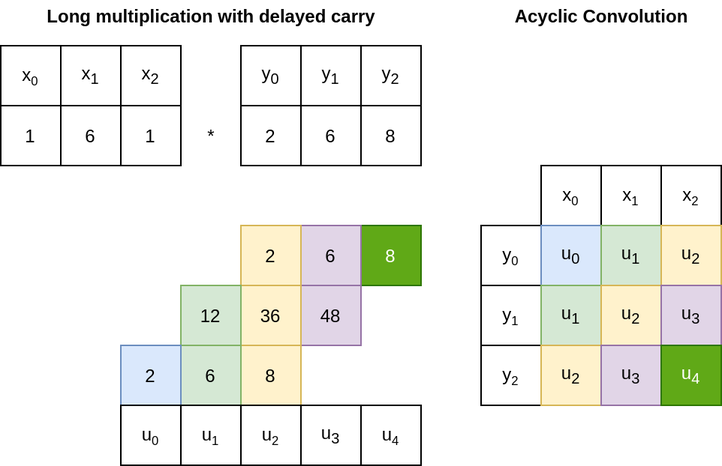
Above: resources/multiplication_convolution.drawio.png in Lavode/41862-seminar-advanced-algorithms (draw.io), before the change. Source tidied: cells renumbered, new cells last; positions are measured from the earlier drawing's top-left corner, leaving out a move shared by most shapes.
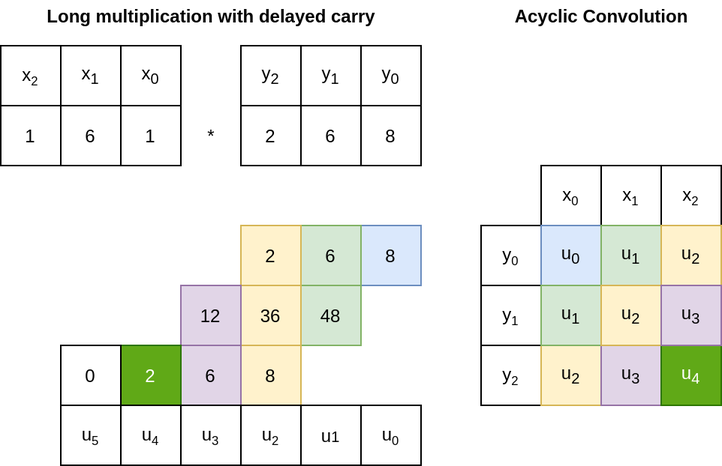
The same file after the commit.

Commit message:
Work on presentation: Introduce basic FFT multiplication, fix notation.

What changed in the source:
```diff
@@ -2,31 +2,31 @@
   <root>
     <mxCell id="0" />
     <mxCell id="1" parent="0" />
-    <mxCell id="2" value="8" style="rounded=0;whiteSpace=wrap;html=1;fillColor=#60a917;strokeColor=#2D7600;fontColor=#ffffff;" parent="1" vertex="1">
+    <mxCell id="2" value="8" style="rounded=0;whiteSpace=wrap;html=1;fillColor=#dae8fc;strokeColor=#6c8ebf;" parent="1" vertex="1">
       <mxGeometry x="240" y="150" width="40" height="40" as="geometry" />
     </mxCell>
-    <mxCell id="3" value="6" style="rounded=0;whiteSpace=wrap;html=1;fillColor=#e1d5e7;strokeColor=#9673a6;" parent="1" vertex="1">
+    <mxCell id="3" value="6" style="rounded=0;whiteSpace=wrap;html=1;fillColor=#d5e8d4;strokeColor=#82b366;" parent="1" vertex="1">
       <mxGeometry x="200" y="150" width="40" height="40" as="geometry" />
     </mxCell>
     <mxCell id="4" value="2" style="rounded=0;whiteSpace=wrap;html=1;fillColor=#fff2cc;strokeColor=#d6b656;" parent="1" vertex="1">
       <mxGeometry x="160" y="150" width="40" height="40" as="geometry" />
     </mxCell>
-    <mxCell id="5" value="48" style="rounded=0;whiteSpace=wrap;html=1;fillColor=#e1d5e7;strokeColor=#9673a6;" parent="1" vertex="1">
+    <mxCell id="5" value="48" style="rounded=0;whiteSpace=wrap;html=1;fillColor=#d5e8d4;strokeColor=#82b366;" parent="1" vertex="1">
       <mxGeometry x="200" y="190" width="40" height="40" as="geometry" />
     </mxCell>
     <mxCell id="6" value="36" style="rounded=0;whiteSpace=wrap;html=1;fillColor=#fff2cc;strokeColor=#d6b656;" parent="1" vertex="1">
       <mxGeometry x="160" y="190" width="40" height="40" as="geometry" />
     </mxCell>
-    <mxCell id="7" value="12" style="rounded=0;whiteSpace=wrap;html=1;fillColor=#d5e8d4;strokeColor=#82b366;" parent="1" vertex="1">
+    <mxCell id="7" value="12" style="rounded=0;whiteSpace=wrap;html=1;fillColor=#e1d5e7;strokeColor=#9673a6;" parent="1" vertex="1">
       <mxGeometry x="120" y="190" width="40" height="40" as="geometry" />
     </mxCell>
     <mxCell id="8" value="8" style="rounded=0;whiteSpace=wrap;html=1;fillColor=#fff2cc;strokeColor=#d6b656;" parent="1" vertex="1">
       <mxGeometry x="160" y="230" width="40" height="40" as="geometry" />
     </mxCell>
-    <mxCell id="9" value="6" style="rounded=0;whiteSpace=wrap;html=1;fillColor=#d5e8d4;strokeColor=#82b366;" parent="1" vertex="1">
+    <mxCell id="9" value="6" style="rounded=0;whiteSpace=wrap;html=1;fillColor=#e1d5e7;strokeColor=#9673a6;" parent="1" vertex="1">
       <mxGeometry x="120" y="230" width="40" height="40" as="geometry" />
     </mxCell>
-    <mxCell id="10" value="2" style="rounded=0;whiteSpace=wrap;html=1;fillColor=#dae8fc;strokeColor=#6c8ebf;" parent="1" vertex="1">
+    <mxCell id="10" value="2" style="rounded=0;whiteSpace=wrap;html=1;fillColor=#60a917;strokeColor=#2D7600;fontColor=#ffffff;" parent="1" vertex="1">
       <mxGeometry x="80" y="230" width="40" height="40" as="geometry" />
     </mxCell>
     <mxCell id="11" value="x&lt;span style=&quot;font-size: 10px&quot;&gt;&lt;sub&gt;0&lt;/sub&gt;&lt;/span&gt;" style="rounded=0;whiteSpace=wrap;html=1;" parent="1" vertex="1">
@@ -47,28 +47,28 @@
     <mxCell id="16" value="&lt;span&gt;y&lt;/span&gt;&lt;span style=&quot;font-size: 10px&quot;&gt;&lt;sub&gt;2&lt;/sub&gt;&lt;/span&gt;" style="rounded=0;whiteSpace=wrap;html=1;" parent="1" vertex="1">
       <mxGeometry x="320" y="230" width="40" height="40" as="geometry" />
     </mxCell>
-    <mxCell id="17" value="&lt;span style=&quot;font-size: 12px&quot;&gt;u&lt;/span&gt;&lt;sub&gt;0&lt;/sub&gt;" style="rounded=0;whiteSpace=wrap;html=1;fillColor=#dae8fc;strokeColor=#6c8ebf;" parent="1" vertex="1">
+    <mxCell id="17" value="&lt;span style=&quot;font-size: 12px&quot;&gt;u&lt;/span&gt;&lt;sub&gt;0&lt;/sub&gt;" style="rounded=0;whiteSpace=wrap;html=1;" parent="1" vertex="1">
       <mxGeometry x="360" y="150" width="40" height="40" as="geometry" />
     </mxCell>
     <mxCell id="18" value="&lt;b&gt;Acyclic Convolution&lt;/b&gt;" style="text;html=1;align=center;verticalAlign=middle;strokeColor=none;fillColor=none;" parent="1" vertex="1">
       <mxGeometry x="335" width="130" height="20" as="geometry" />
     </mxCell>
-    <mxCell id="19" value="&lt;span style=&quot;font-size: 12px&quot;&gt;u&lt;/span&gt;&lt;sub&gt;1&lt;/sub&gt;" style="rounded=0;whiteSpace=wrap;html=1;fillColor=#d5e8d4;strokeColor=#82b366;" parent="1" vertex="1">
+    <mxCell id="19" value="&lt;span style=&quot;font-size: 12px&quot;&gt;u&lt;/span&gt;&lt;sub&gt;1&lt;/sub&gt;" style="rounded=0;whiteSpace=wrap;html=1;" parent="1" vertex="1">
       <mxGeometry x="400" y="150" width="40" height="40" as="geometry" />
     </mxCell>
-    <mxCell id="20" value="&lt;span style=&quot;font-size: 12px&quot;&gt;u&lt;/span&gt;&lt;sub&gt;1&lt;/sub&gt;" style="rounded=0;whiteSpace=wrap;html=1;fillColor=#d5e8d4;strokeColor=#82b366;" parent="1" vertex="1">
+    <mxCell id="20" value="&lt;span style=&quot;font-size: 12px&quot;&gt;u&lt;/span&gt;&lt;sub&gt;1&lt;/sub&gt;" style="rounded=0;whiteSpace=wrap;html=1;" parent="1" vertex="1">
       <mxGeometry x="360" y="190" width="40" height="40" as="geometry" />
     </mxCell>
-    <mxCell id="21" value="&lt;span style=&quot;font-size: 12px&quot;&gt;u&lt;/span&gt;&lt;sub&gt;2&lt;/sub&gt;" style="rounded=0;whiteSpace=wrap;html=1;fillColor=#fff2cc;strokeColor=#d6b656;" parent="1" vertex="1">
+    <mxCell id="21" value="&lt;span style=&quot;font-size: 12px&quot;&gt;u&lt;/span&gt;&lt;sub&gt;2&lt;/sub&gt;" style="rounded=0;whiteSpace=wrap;html=1;" parent="1" vertex="1">
       <mxGeometry x="440" y="150" width="40" height="40" as="geometry" />
     </mxCell>
-    <mxCell id="22" value="&lt;span style=&quot;font-size: 12px&quot;&gt;u&lt;/span&gt;&lt;sub&gt;2&lt;/sub&gt;" style="rounded=0;whiteSpace=wrap;html=1;fillColor=#fff2cc;strokeColor=#d6b656;" parent="1" vertex="1">
+    <mxCell id="22" value="&lt;span style=&quot;font-size: 12px&quot;&gt;u&lt;/span&gt;&lt;sub&gt;2&lt;/sub&gt;" style="rounded=0;whiteSpace=wrap;html=1;" parent="1" vertex="1">
       <mxGeometry x="400" y="190" width="40" height="40" as="geometry" />
     </mxCell>
     <mxCell id="23" value="&lt;span style=&quot;font-size: 12px&quot;&gt;u&lt;/span&gt;&lt;sub&gt;2&lt;/sub&gt;" style="rounded=0;whiteSpace=wrap;html=1;fillColor=#fff2cc;strokeColor=#d6b656;" parent="1" vertex="1">
       <mxGeometry x="360" y="230" width="40" height="40" as="geometry" />
     </mxCell>
-    <mxCell id="24" value="&lt;span style=&quot;font-size: 12px&quot;&gt;u&lt;/span&gt;&lt;sub&gt;3&lt;/sub&gt;" style="rounded=0;whiteSpace=wrap;html=1;fillColor=#e1d5e7;strokeColor=#9673a6;" parent="1" vertex="1">
+    <mxCell id="24" value="&lt;span style=&quot;font-size: 12px&quot;&gt;u&lt;/span&gt;&lt;sub&gt;3&lt;/sub&gt;" style="rounded=0;whiteSpace=wrap;html=1;" parent="1" vertex="1">
       <mxGeometry x="440" y="190" width="40" height="40" as="geometry" />
     </mxCell>
     <mxCell id="25" value="&lt;span style=&quot;font-size: 12px&quot;&gt;u&lt;/span&gt;&lt;sub&gt;3&lt;/sub&gt;" style="rounded=0;whiteSpace=wrap;html=1;fillColor=#e1d5e7;strokeColor=#9673a6;" parent="1" vertex="1">
@@ -101,38 +101,62 @@
     <mxCell id="34" value="*" style="text;html=1;align=center;verticalAlign=middle;strokeColor=none;fillColor=none;" parent="1" vertex="1">
       <mxGeometry x="130" y="80" width="20" height="20" as="geometry" />
     </mxCell>
-    <mxCell id="35" value="x&lt;span style=&quot;font-size: 10px&quot;&gt;&lt;sub&gt;0&lt;/sub&gt;&lt;/span&gt;" style="rounded=0;whiteSpace=wrap;html=1;" parent="1" vertex="1">
+    <mxCell id="35" value="x&lt;span style=&quot;font-size: 10px&quot;&gt;&lt;sub&gt;2&lt;/sub&gt;&lt;/span&gt;" style="rounded=0;whiteSpace=wrap;html=1;" parent="1" vertex="1">
       <mxGeometry y="30" width="40" height="40" as="geometry" />
     </mxCell>
     <mxCell id="36" value="x&lt;sub&gt;1&lt;/sub&gt;" style="rounded=0;whiteSpace=wrap;html=1;" parent="1" vertex="1">
       <mxGeometry x="40" y="30" width="40" height="40" as="geometry" />
     </mxCell>
-    <mxCell id="37" value="x&lt;sub&gt;2&lt;/sub&gt;" style="rounded=0;whiteSpace=wrap;html=1;" parent="1" vertex="1">
+    <mxCell id="37" value="x&lt;sub&gt;0&lt;/sub&gt;" style="rounded=0;whiteSpace=wrap;html=1;" parent="1" vertex="1">
       <mxGeometry x="80" y="30" width="40" height="40" as="geometry" />
     </mxCell>
-    <mxCell id="38" value="y&lt;sub&gt;0&lt;/sub&gt;" style="rounded=0;whiteSpace=wrap;html=1;" parent="1" vertex="1">
+    <mxCell id="38" value="y&lt;sub&gt;2&lt;/sub&gt;" style="rounded=0;whiteSpace=wrap;html=1;" parent="1" vertex="1">
       <mxGeometry x="160" y="30" width="40" height="40" as="geometry" />
     </mxCell>
     <mxCell id="39" value="y&lt;sub&gt;1&lt;/sub&gt;" style="rounded=0;whiteSpace=wrap;html=1;" parent="1" vertex="1">
       <mxGeometry x="200" y="30" width="40" height="40" as="geometry" />
     </mxCell>
-    <mxCell id="40" value="y&lt;sub&gt;2&lt;/sub&gt;" style="rounded=0;whiteSpace=wrap;html=1;" parent="1" vertex="1">
+    <mxCell id="40" value="y&lt;sub&gt;0&lt;/sub&gt;" style="rounded=0;whiteSpace=wrap;html=1;" parent="1" vertex="1">
       <mxGeometry x="240" y="30" width="40" height="40" as="geometry" />
     </mxCell>
-    <mxCell id="41" value="u&lt;span style=&quot;font-size: 10px&quot;&gt;&lt;sub&gt;0&lt;/sub&gt;&lt;/span&gt;" style="rounded=0;whiteSpace=wrap;html=1;" parent="1" vertex="1">
+    <mxCell id="41" value="u&lt;span style=&quot;font-size: 10px&quot;&gt;&lt;sub&gt;4&lt;/sub&gt;&lt;/span&gt;" style="rounded=0;whiteSpace=wrap;html=1;" parent="1" vertex="1">
       <mxGeometry x="80" y="270" width="40" height="40" as="geometry" />
     </mxCell>
-    <mxCell id="42" value="u&lt;span style=&quot;font-size: 10px&quot;&gt;&lt;sub&gt;1&lt;/sub&gt;&lt;/span&gt;" style="rounded=0;whiteSpace=wrap;html=1;" parent="1" vertex="1">
+    <mxCell id="42" value="u&lt;span style=&quot;font-size: 10px&quot;&gt;&lt;sub&gt;3&lt;/sub&gt;&lt;/span&gt;" style="rounded=0;whiteSpace=wrap;html=1;" parent="1" vertex="1">
       <mxGeometry x="120" y="270" width="40" height="40" as="geometry" />
     </mxCell>
     <mxCell id="43" value="u&lt;span style=&quot;font-size: 10px&quot;&gt;&lt;sub&gt;2&lt;/sub&gt;&lt;/span&gt;" style="rounded=0;whiteSpace=wrap;html=1;" parent="1" vertex="1">
       <mxGeometry x="160" y="270" width="40" height="40" as="geometry" />
     </mxCell>
-    <mxCell id="44" value="u&lt;sub&gt;3&lt;/sub&gt;" style="rounded=0;whiteSpace=wrap;html=1;" parent="1" vertex="1">
+    <mxCell id="44" value="u&lt;span style=&quot;font-size: 10px&quot;&gt;1&lt;/span&gt;" style="rounded=0;whiteSpace=wrap;html=1;" parent="1" vertex="1">
       <mxGeometry x="200" y="270" width="40" height="40" as="geometry" />
     </mxCell>
-    <mxCell id="45" value="u&lt;span style=&quot;font-size: 10px&quot;&gt;&lt;sub&gt;4&lt;/sub&gt;&lt;/span&gt;" style="rounded=0;whiteSpace=wrap;html=1;" parent="1" vertex="1">
+    <mxCell id="45" value="u&lt;span style=&quot;font-size: 10px&quot;&gt;&lt;sub&gt;0&lt;/sub&gt;&lt;/span&gt;" style="rounded=0;whiteSpace=wrap;html=1;" parent="1" vertex="1">
       <mxGeometry x="240" y="270" width="40" height="40" as="geometry" />
     </mxCell>
+    <mxCell id="46" value="&lt;span style=&quot;font-size: 12px&quot;&gt;u&lt;/span&gt;&lt;sub&gt;0&lt;/sub&gt;" style="rounded=0;whiteSpace=wrap;html=1;fillColor=#dae8fc;strokeColor=#6c8ebf;" parent="1" vertex="1">
+      <mxGeometry x="360" y="150" width="40" height="40" as="geometry" />
+    </mxCell>
+    <mxCell id="47" value="&lt;span style=&quot;font-size: 12px&quot;&gt;u&lt;/span&gt;&lt;sub&gt;1&lt;/sub&gt;" style="rounded=0;whiteSpace=wrap;html=1;fillColor=#d5e8d4;strokeColor=#82b366;" parent="1" vertex="1">
+      <mxGeometry x="400" y="150" width="40" height="40" as="geometry" />
+    </mxCell>
+    <mxCell id="48" value="&lt;span style=&quot;font-size: 12px&quot;&gt;u&lt;/span&gt;&lt;sub&gt;1&lt;/sub&gt;" style="rounded=0;whiteSpace=wrap;html=1;fillColor=#d5e8d4;strokeColor=#82b366;" parent="1" vertex="1">
+      <mxGeometry x="360" y="190" width="40" height="40" as="geometry" />
+    </mxCell>
+    <mxCell id="49" value="&lt;span style=&quot;font-size: 12px&quot;&gt;u&lt;/span&gt;&lt;sub&gt;2&lt;/sub&gt;" style="rounded=0;whiteSpace=wrap;html=1;fillColor=#fff2cc;strokeColor=#d6b656;" parent="1" vertex="1">
+      <mxGeometry x="400" y="190" width="40" height="40" as="geometry" />
+    </mxCell>
+    <mxCell id="50" value="&lt;span style=&quot;font-size: 12px&quot;&gt;u&lt;/span&gt;&lt;sub&gt;2&lt;/sub&gt;" style="rounded=0;whiteSpace=wrap;html=1;fillColor=#fff2cc;strokeColor=#d6b656;" parent="1" vertex="1">
+      <mxGeometry x="440" y="150" width="40" height="40" as="geometry" />
+    </mxCell>
+    <mxCell id="51" value="&lt;span style=&quot;font-size: 12px&quot;&gt;u&lt;/span&gt;&lt;sub&gt;3&lt;/sub&gt;" style="rounded=0;whiteSpace=wrap;html=1;fillColor=#e1d5e7;strokeColor=#9673a6;" parent="1" vertex="1">
+      <mxGeometry x="440" y="190" width="40" height="40" as="geometry" />
+    </mxCell>
+    <mxCell id="52" value="0" style="rounded=0;whiteSpace=wrap;html=1;" parent="1" vertex="1">
+      <mxGeometry x="40" y="230" width="40" height="40" as="geometry" />
+    </mxCell>
+    <mxCell id="53" value="u&lt;span style=&quot;font-size: 10px&quot;&gt;&lt;sub&gt;5&lt;/sub&gt;&lt;/span&gt;" style="rounded=0;whiteSpace=wrap;html=1;" parent="1" vertex="1">
+      <mxGeometry x="40" y="270" width="40" height="40" as="geometry" />
+    </mxCell>
   </root>
 </mxGraphModel>
```
